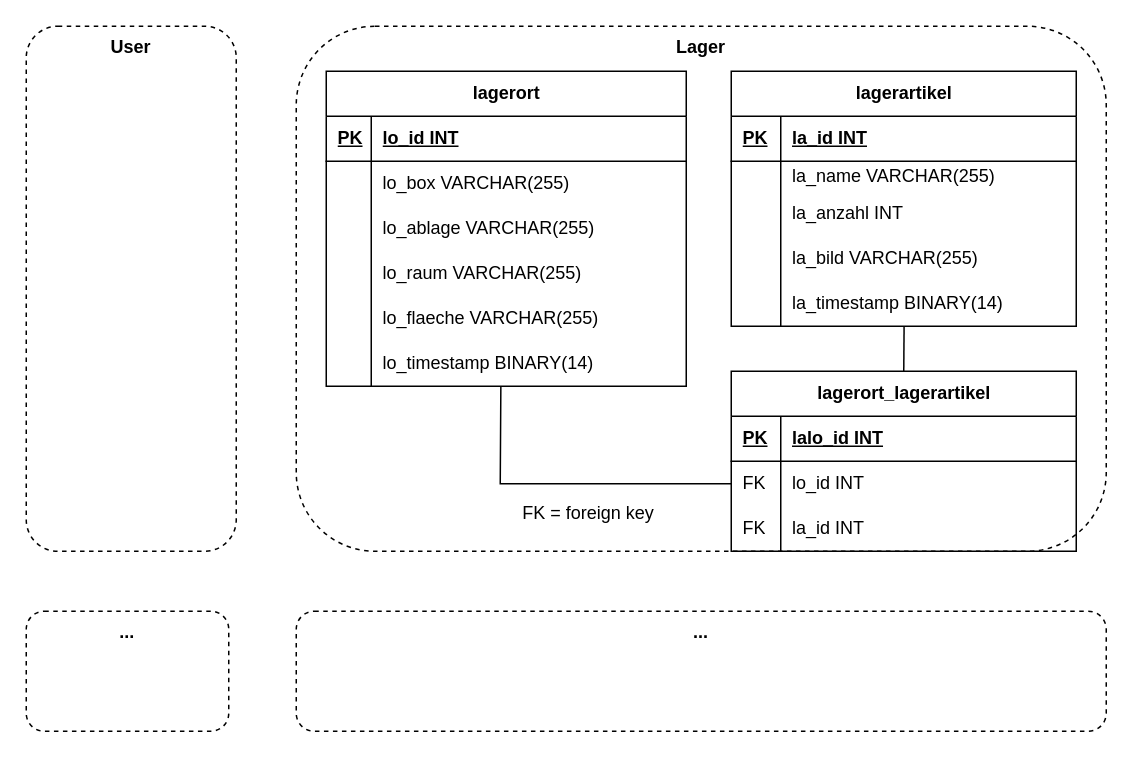
This is page "Datenbank" (7 of 8) of archiv/Unbenanntes Diagramm.drawio from kitanicKS/fireapp_frontend, a draw.io file, before an edit. Source tidied: cells renumbered, new cells numbered last; positions are measured from the earlier drawing's top-left corner, leaving out a move shared by most shapes. Both pictures are drawn from the tidied source at 150%, with x=0, y=0 at pixel (26, 26).
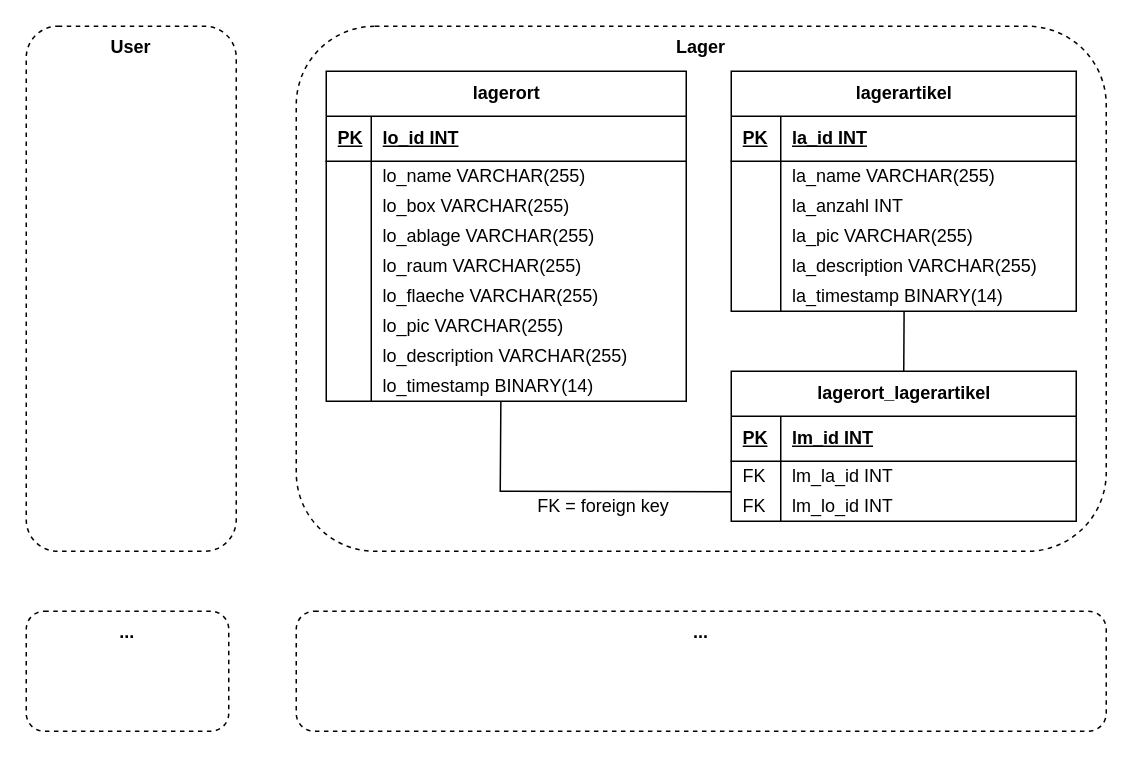
Above is the later version.

Unchanged cells that the change refers to:
```xml
<mxCell id="43" style="shape=tableRow;horizontal=0;startSize=0;swimlaneHead=0;swimlaneBody=0;fillColor=none;top=0;left=0;right=0;bottom=1;" parent="42" vertex="1">
  <mxGeometry y="30" width="230" height="30" as="geometry" />
</mxCell>
```

The edit, as a diff of the source:
```diff
@@
     <mxCell id="4" value="lagerort" style="shape=table;startSize=30;childLayout=tableLayout;rowLines=0;fontStyle=1;align=center;html=1;" parent="1" vertex="1">
-      <mxGeometry x="200" y="30" width="240" height="210" as="geometry" />
+      <mxGeometry x="200" y="30" width="240" height="220" as="geometry" />
     </mxCell>
@@
+    <mxCell id="54" style="shape=tableRow;horizontal=0;startSize=0;swimlaneHead=0;swimlaneBody=0;fillColor=none;top=0;left=0;right=0;bottom=0;" parent="4" vertex="1">
+      <mxGeometry y="60" width="240" height="20" as="geometry" />
+    </mxCell>
+    <mxCell id="55" style="shape=partialRectangle;fillColor=none;top=0;left=0;bottom=0;right=0;align=left;spacingLeft=6;overflow=hidden;whiteSpace=wrap;html=1;" parent="54" vertex="1">
+      <mxGeometry width="30" height="20" as="geometry" />
+    </mxCell>
+    <mxCell id="56" value="lo_name VARCHAR(255)" style="shape=partialRectangle;fillColor=none;top=0;left=0;bottom=0;right=0;align=left;spacingLeft=6;overflow=hidden;whiteSpace=wrap;html=1;" parent="54" vertex="1">
+      <mxGeometry x="30" width="210" height="20" as="geometry" />
+    </mxCell>
     <mxCell id="8" style="shape=tableRow;horizontal=0;startSize=0;swimlaneHead=0;swimlaneBody=0;fillColor=none;top=0;left=0;right=0;bottom=0;" parent="4" vertex="1">
-      <mxGeometry y="60" width="240" height="30" as="geometry" />
+      <mxGeometry y="80" width="240" height="20" as="geometry" />
     </mxCell>
     <mxCell id="9" style="shape=partialRectangle;fillColor=none;top=0;left=0;bottom=0;right=0;align=left;spacingLeft=6;overflow=hidden;whiteSpace=wrap;html=1;" parent="8" vertex="1">
-      <mxGeometry width="30" height="30" as="geometry" />
+      <mxGeometry width="30" height="20" as="geometry" />
     </mxCell>
     <mxCell id="10" value="lo_box VARCHAR(255)" style="shape=partialRectangle;fillColor=none;top=0;left=0;bottom=0;right=0;align=left;spacingLeft=6;overflow=hidden;whiteSpace=wrap;html=1;" parent="8" vertex="1">
-      <mxGeometry x="30" width="210" height="30" as="geometry" />
+      <mxGeometry x="30" width="210" height="20" as="geometry" />
     </mxCell>
     <mxCell id="11" style="shape=tableRow;horizontal=0;startSize=0;swimlaneHead=0;swimlaneBody=0;fillColor=none;top=0;left=0;right=0;bottom=0;" parent="4" vertex="1">
-      <mxGeometry y="90" width="240" height="30" as="geometry" />
+      <mxGeometry y="100" width="240" height="20" as="geometry" />
     </mxCell>
     <mxCell id="12" style="shape=partialRectangle;fillColor=none;top=0;left=0;bottom=0;right=0;align=left;spacingLeft=6;overflow=hidden;whiteSpace=wrap;html=1;" parent="11" vertex="1">
-      <mxGeometry width="30" height="30" as="geometry" />
+      <mxGeometry width="30" height="20" as="geometry" />
     </mxCell>
     <mxCell id="13" value="lo_ablage VARCHAR(255)" style="shape=partialRectangle;fillColor=none;top=0;left=0;bottom=0;right=0;align=left;spacingLeft=6;overflow=hidden;whiteSpace=wrap;html=1;" parent="11" vertex="1">
-      <mxGeometry x="30" width="210" height="30" as="geometry" />
+      <mxGeometry x="30" width="210" height="20" as="geometry" />
     </mxCell>
     <mxCell id="14" style="shape=tableRow;horizontal=0;startSize=0;swimlaneHead=0;swimlaneBody=0;fillColor=none;top=0;left=0;right=0;bottom=0;" parent="4" vertex="1">
-      <mxGeometry y="120" width="240" height="30" as="geometry" />
+      <mxGeometry y="120" width="240" height="20" as="geometry" />
     </mxCell>
     <mxCell id="15" style="shape=partialRectangle;fillColor=none;top=0;left=0;bottom=0;right=0;align=left;spacingLeft=6;overflow=hidden;whiteSpace=wrap;html=1;" parent="14" vertex="1">
-      <mxGeometry width="30" height="30" as="geometry" />
+      <mxGeometry width="30" height="20" as="geometry" />
     </mxCell>
     <mxCell id="16" value="lo_raum VARCHAR(255)" style="shape=partialRectangle;fillColor=none;top=0;left=0;bottom=0;right=0;align=left;spacingLeft=6;overflow=hidden;whiteSpace=wrap;html=1;" parent="14" vertex="1">
-      <mxGeometry x="30" width="210" height="30" as="geometry" />
+      <mxGeometry x="30" width="210" height="20" as="geometry" />
     </mxCell>
     <mxCell id="17" style="shape=tableRow;horizontal=0;startSize=0;swimlaneHead=0;swimlaneBody=0;fillColor=none;top=0;left=0;right=0;bottom=0;" parent="4" vertex="1">
-      <mxGeometry y="150" width="240" height="30" as="geometry" />
+      <mxGeometry y="140" width="240" height="20" as="geometry" />
     </mxCell>
     <mxCell id="18" style="shape=partialRectangle;fillColor=none;top=0;left=0;bottom=0;right=0;align=left;spacingLeft=6;overflow=hidden;whiteSpace=wrap;html=1;" parent="17" vertex="1">
-      <mxGeometry width="30" height="30" as="geometry" />
+      <mxGeometry width="30" height="20" as="geometry" />
     </mxCell>
     <mxCell id="19" value="lo_flaeche VARCHAR(255)" style="shape=partialRectangle;fillColor=none;top=0;left=0;bottom=0;right=0;align=left;spacingLeft=6;overflow=hidden;whiteSpace=wrap;html=1;" parent="17" vertex="1">
-      <mxGeometry x="30" width="210" height="30" as="geometry" />
+      <mxGeometry x="30" width="210" height="20" as="geometry" />
     </mxCell>
+    <mxCell id="57" style="shape=tableRow;horizontal=0;startSize=0;swimlaneHead=0;swimlaneBody=0;fillColor=none;top=0;left=0;right=0;bottom=0;" parent="4" vertex="1">
+      <mxGeometry y="160" width="240" height="20" as="geometry" />
+    </mxCell>
+    <mxCell id="58" style="shape=partialRectangle;fillColor=none;top=0;left=0;bottom=0;right=0;align=left;spacingLeft=6;overflow=hidden;whiteSpace=wrap;html=1;" parent="57" vertex="1">
+      <mxGeometry width="30" height="20" as="geometry" />
+    </mxCell>
+    <mxCell id="59" value="lo_pic VARCHAR(255)" style="shape=partialRectangle;fillColor=none;top=0;left=0;bottom=0;right=0;align=left;spacingLeft=6;overflow=hidden;whiteSpace=wrap;html=1;" parent="57" vertex="1">
+      <mxGeometry x="30" width="210" height="20" as="geometry" />
+    </mxCell>
+    <mxCell id="60" style="shape=tableRow;horizontal=0;startSize=0;swimlaneHead=0;swimlaneBody=0;fillColor=none;top=0;left=0;right=0;bottom=0;" parent="4" vertex="1">
+      <mxGeometry y="180" width="240" height="20" as="geometry" />
+    </mxCell>
+    <mxCell id="61" style="shape=partialRectangle;fillColor=none;top=0;left=0;bottom=0;right=0;align=left;spacingLeft=6;overflow=hidden;whiteSpace=wrap;html=1;" parent="60" vertex="1">
+      <mxGeometry width="30" height="20" as="geometry" />
+    </mxCell>
+    <mxCell id="62" value="lo_description VARCHAR(255)" style="shape=partialRectangle;fillColor=none;top=0;left=0;bottom=0;right=0;align=left;spacingLeft=6;overflow=hidden;whiteSpace=wrap;html=1;" parent="60" vertex="1">
+      <mxGeometry x="30" width="210" height="20" as="geometry" />
+    </mxCell>
     <mxCell id="20" style="shape=tableRow;horizontal=0;startSize=0;swimlaneHead=0;swimlaneBody=0;fillColor=none;points=[[0,0.5],[1,0.5]];portConstraint=eastwest;top=0;left=0;right=0;bottom=0;" parent="4" vertex="1">
-      <mxGeometry y="180" width="240" height="30" as="geometry" />
+      <mxGeometry y="200" width="240" height="20" as="geometry" />
     </mxCell>
     <mxCell id="21" style="shape=partialRectangle;fillColor=none;top=0;left=0;bottom=0;right=0;align=left;spacingLeft=6;overflow=hidden;whiteSpace=wrap;html=1;" parent="20" vertex="1">
-      <mxGeometry width="30" height="30" as="geometry" />
+      <mxGeometry width="30" height="20" as="geometry" />
     </mxCell>
     <mxCell id="22" value="lo_timestamp BINARY(14)" style="shape=partialRectangle;fillColor=none;top=0;left=0;bottom=0;right=0;align=left;spacingLeft=6;overflow=hidden;whiteSpace=wrap;html=1;" parent="20" vertex="1">
-      <mxGeometry x="30" width="210" height="30" as="geometry" />
+      <mxGeometry x="30" width="210" height="20" as="geometry" />
     </mxCell>
     <mxCell id="23" value="lagerartikel" style="shape=table;startSize=30;childLayout=tableLayout;rowLines=0;fontStyle=1;align=center;html=1;" parent="1" vertex="1">
-      <mxGeometry x="470" y="30" width="230" height="170" as="geometry" />
+      <mxGeometry x="470" y="30" width="230" height="160" as="geometry" />
     </mxCell>
@@
     <mxCell id="30" style="shape=tableRow;horizontal=0;startSize=0;swimlaneHead=0;swimlaneBody=0;fillColor=none;top=0;left=0;right=0;bottom=0;" parent="23" vertex="1">
-      <mxGeometry y="80" width="230" height="30" as="geometry" />
+      <mxGeometry y="80" width="230" height="20" as="geometry" />
     </mxCell>
     <mxCell id="31" style="shape=partialRectangle;fillColor=none;top=0;left=0;bottom=0;right=0;align=left;spacingLeft=6;overflow=hidden;whiteSpace=wrap;html=1;" parent="30" vertex="1">
-      <mxGeometry width="33" height="30" as="geometry" />
+      <mxGeometry width="33" height="20" as="geometry" />
     </mxCell>
     <mxCell id="32" value="la_anzahl INT" style="shape=partialRectangle;fillColor=none;top=0;left=0;bottom=0;right=0;align=left;spacingLeft=6;overflow=hidden;whiteSpace=wrap;html=1;" parent="30" vertex="1">
-      <mxGeometry x="33" width="197" height="30" as="geometry" />
+      <mxGeometry x="33" width="197" height="20" as="geometry" />
     </mxCell>
     <mxCell id="33" style="shape=tableRow;horizontal=0;startSize=0;swimlaneHead=0;swimlaneBody=0;fillColor=none;top=0;left=0;right=0;bottom=0;" parent="23" vertex="1">
-      <mxGeometry y="110" width="230" height="30" as="geometry" />
+      <mxGeometry y="100" width="230" height="20" as="geometry" />
     </mxCell>
     <mxCell id="34" style="shape=partialRectangle;fillColor=none;top=0;left=0;bottom=0;right=0;align=left;spacingLeft=6;overflow=hidden;whiteSpace=wrap;html=1;" parent="33" vertex="1">
-      <mxGeometry width="33" height="30" as="geometry" />
+      <mxGeometry width="33" height="20" as="geometry" />
     </mxCell>
-    <mxCell id="35" value="la_bild VARCHAR(255)" style="shape=partialRectangle;fillColor=none;top=0;left=0;bottom=0;right=0;align=left;spacingLeft=6;overflow=hidden;whiteSpace=wrap;html=1;" parent="33" vertex="1">
-      <mxGeometry x="33" width="197" height="30" as="geometry" />
+    <mxCell id="35" value="la_pic VARCHAR(255)" style="shape=partialRectangle;fillColor=none;top=0;left=0;bottom=0;right=0;align=left;spacingLeft=6;overflow=hidden;whiteSpace=wrap;html=1;" parent="33" vertex="1">
+      <mxGeometry x="33" width="197" height="20" as="geometry" />
     </mxCell>
+    <mxCell id="63" style="shape=tableRow;horizontal=0;startSize=0;swimlaneHead=0;swimlaneBody=0;fillColor=none;top=0;left=0;right=0;bottom=0;" parent="23" vertex="1">
+      <mxGeometry y="120" width="230" height="20" as="geometry" />
+    </mxCell>
+    <mxCell id="64" style="shape=partialRectangle;fillColor=none;top=0;left=0;bottom=0;right=0;align=left;spacingLeft=6;overflow=hidden;whiteSpace=wrap;html=1;" parent="63" vertex="1">
+      <mxGeometry width="33" height="20" as="geometry" />
+    </mxCell>
+    <mxCell id="65" value="la_description VARCHAR(255)" style="shape=partialRectangle;fillColor=none;top=0;left=0;bottom=0;right=0;align=left;spacingLeft=6;overflow=hidden;whiteSpace=wrap;html=1;" parent="63" vertex="1">
+      <mxGeometry x="33" width="197" height="20" as="geometry" />
+    </mxCell>
     <mxCell id="36" style="shape=tableRow;horizontal=0;startSize=0;swimlaneHead=0;swimlaneBody=0;fillColor=none;points=[[0,0.5],[1,0.5]];portConstraint=eastwest;top=0;left=0;right=0;bottom=0;" parent="23" vertex="1">
-      <mxGeometry y="140" width="230" height="30" as="geometry" />
+      <mxGeometry y="140" width="230" height="20" as="geometry" />
     </mxCell>
     <mxCell id="37" style="shape=partialRectangle;fillColor=none;top=0;left=0;bottom=0;right=0;align=left;spacingLeft=6;overflow=hidden;whiteSpace=wrap;html=1;" parent="36" vertex="1">
-      <mxGeometry width="33" height="30" as="geometry" />
+      <mxGeometry width="33" height="20" as="geometry" />
     </mxCell>
     <mxCell id="38" value="la_timestamp BINARY(14)" style="shape=partialRectangle;fillColor=none;top=0;left=0;bottom=0;right=0;align=left;spacingLeft=6;overflow=hidden;whiteSpace=wrap;html=1;" parent="36" vertex="1">
-      <mxGeometry x="33" width="197" height="30" as="geometry" />
+      <mxGeometry x="33" width="197" height="20" as="geometry" />
     </mxCell>
@@
     <mxCell id="41" value="FK = foreign key" style="text;html=1;align=center;verticalAlign=middle;whiteSpace=wrap;rounded=0;" parent="1" vertex="1">
-      <mxGeometry x="320" y="310" width="110" height="30" as="geometry" />
+      <mxGeometry x="330" y="310" width="110" height="20" as="geometry" />
     </mxCell>
     <mxCell id="42" value="lagerort_lagerartikel" style="shape=table;startSize=30;childLayout=tableLayout;rowLines=0;fontStyle=1;align=center;html=1;" parent="1" vertex="1">
-      <mxGeometry x="470" y="230" width="230" height="120" as="geometry" />
+      <mxGeometry x="470" y="230" width="230" height="100" as="geometry" />
     </mxCell>
@@
-    <mxCell id="45" value="lalo_id INT" style="shape=partialRectangle;fillColor=none;top=0;left=0;bottom=0;right=0;align=left;spacingLeft=6;fontStyle=5;overflow=hidden;whiteSpace=wrap;html=1;" parent="43" vertex="1">
+    <mxCell id="45" value="lm_id INT" style="shape=partialRectangle;fillColor=none;top=0;left=0;bottom=0;right=0;align=left;spacingLeft=6;fontStyle=5;overflow=hidden;whiteSpace=wrap;html=1;" parent="43" vertex="1">
       <mxGeometry x="33" width="197" height="30" as="geometry" />
     </mxCell>
     <mxCell id="46" style="shape=tableRow;horizontal=0;startSize=0;swimlaneHead=0;swimlaneBody=0;fillColor=none;points=[[0,0.5],[1,0.5]];portConstraint=eastwest;top=0;left=0;right=0;bottom=0;" parent="42" vertex="1">
-      <mxGeometry y="60" width="230" height="30" as="geometry" />
+      <mxGeometry y="60" width="230" height="20" as="geometry" />
     </mxCell>
     <mxCell id="47" value="FK" style="shape=partialRectangle;fillColor=none;top=0;left=0;bottom=0;right=0;align=left;spacingLeft=6;overflow=hidden;whiteSpace=wrap;html=1;" parent="46" vertex="1">
-      <mxGeometry width="33" height="30" as="geometry" />
+      <mxGeometry width="33" height="20" as="geometry" />
     </mxCell>
-    <mxCell id="48" value="lo_id INT" style="shape=partialRectangle;fillColor=none;top=0;left=0;bottom=0;right=0;align=left;spacingLeft=6;overflow=hidden;whiteSpace=wrap;html=1;" parent="46" vertex="1">
-      <mxGeometry x="33" width="197" height="30" as="geometry" />
+    <mxCell id="48" value="lm_la_id INT" style="shape=partialRectangle;fillColor=none;top=0;left=0;bottom=0;right=0;align=left;spacingLeft=6;overflow=hidden;whiteSpace=wrap;html=1;" parent="46" vertex="1">
+      <mxGeometry x="33" width="197" height="20" as="geometry" />
     </mxCell>
     <mxCell id="49" style="shape=tableRow;horizontal=0;startSize=0;swimlaneHead=0;swimlaneBody=0;fillColor=none;points=[[0,0.5],[1,0.5]];portConstraint=eastwest;top=0;left=0;right=0;bottom=0;" parent="42" vertex="1">
-      <mxGeometry y="90" width="230" height="30" as="geometry" />
+      <mxGeometry y="80" width="230" height="20" as="geometry" />
     </mxCell>
     <mxCell id="50" value="FK" style="shape=partialRectangle;fillColor=none;top=0;left=0;bottom=0;right=0;align=left;spacingLeft=6;overflow=hidden;whiteSpace=wrap;html=1;" parent="49" vertex="1">
-      <mxGeometry width="33" height="30" as="geometry" />
+      <mxGeometry width="33" height="20" as="geometry" />
     </mxCell>
-    <mxCell id="51" value="la_id INT" style="shape=partialRectangle;fillColor=none;top=0;left=0;bottom=0;right=0;align=left;spacingLeft=6;overflow=hidden;whiteSpace=wrap;html=1;" parent="49" vertex="1">
-      <mxGeometry x="33" width="197" height="30" as="geometry" />
+    <mxCell id="51" value="lm_lo_id INT" style="shape=partialRectangle;fillColor=none;top=0;left=0;bottom=0;right=0;align=left;spacingLeft=6;overflow=hidden;whiteSpace=wrap;html=1;" parent="49" vertex="1">
+      <mxGeometry x="33" width="197" height="20" as="geometry" />
     </mxCell>
-    <mxCell id="52" style="endArrow=none;html=1;rounded=0;exitX=0.485;exitY=1;exitDx=0;exitDy=0;exitPerimeter=0;entryX=0;entryY=0.5;entryDx=0;entryDy=0;" parent="1" edge="1" source="20" target="46">
+    <mxCell id="52" style="endArrow=none;html=1;rounded=0;exitX=0.485;exitY=1;exitDx=0;exitDy=0;exitPerimeter=0;entryX=0;entryY=0.02;entryDx=0;entryDy=0;entryPerimeter=0;" parent="1" edge="1" source="20" target="49">
       <mxGeometry relative="1" as="geometry">
         <Array as="points">
-          <mxPoint x="316" y="305" />
+          <mxPoint x="316" y="310" />
         </Array>
       </mxGeometry>
     </mxCell>
```
